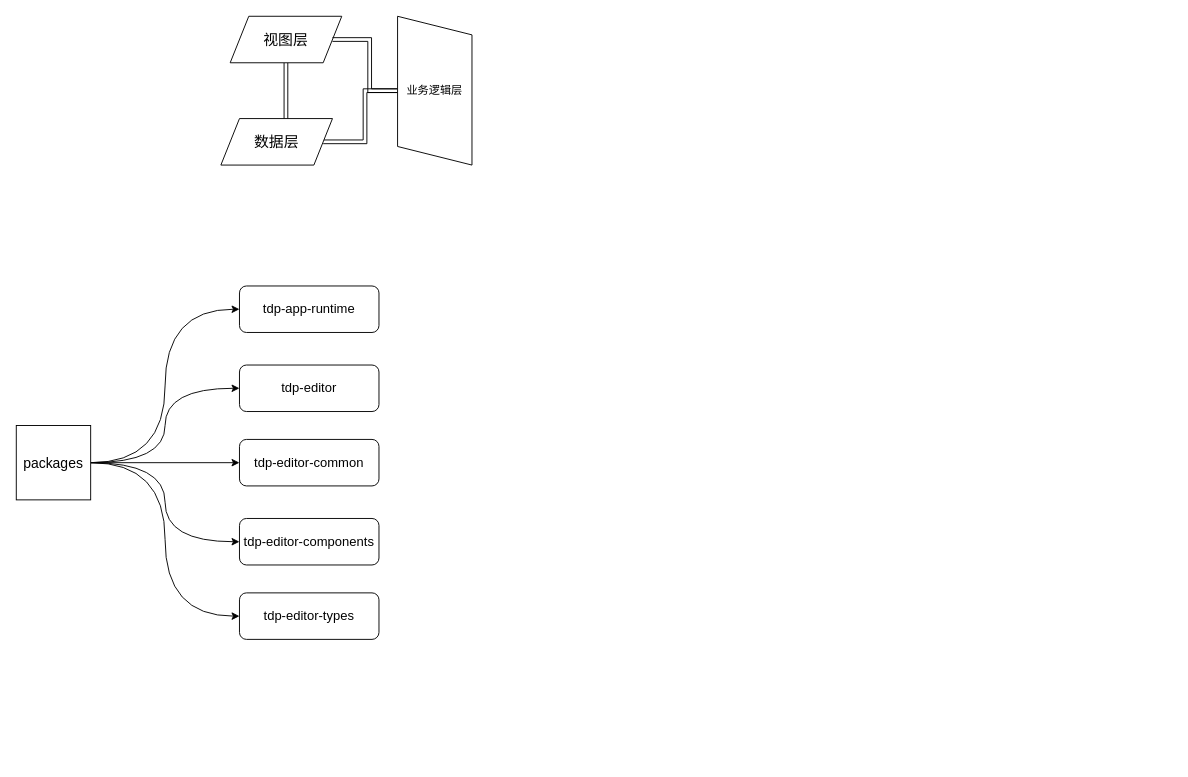
axing521/draw-io keeps this draw.io diagram as 前端工程化.drawio. Above is the earlier version. Source tidied: cells renumbered, new cells numbered last; positions are measured from the earlier drawing's top-left corner, leaving out a move shared by most shapes. Both pictures are drawn from the tidied source at 93%, with x=0, y=0 at pixel (16, 16).
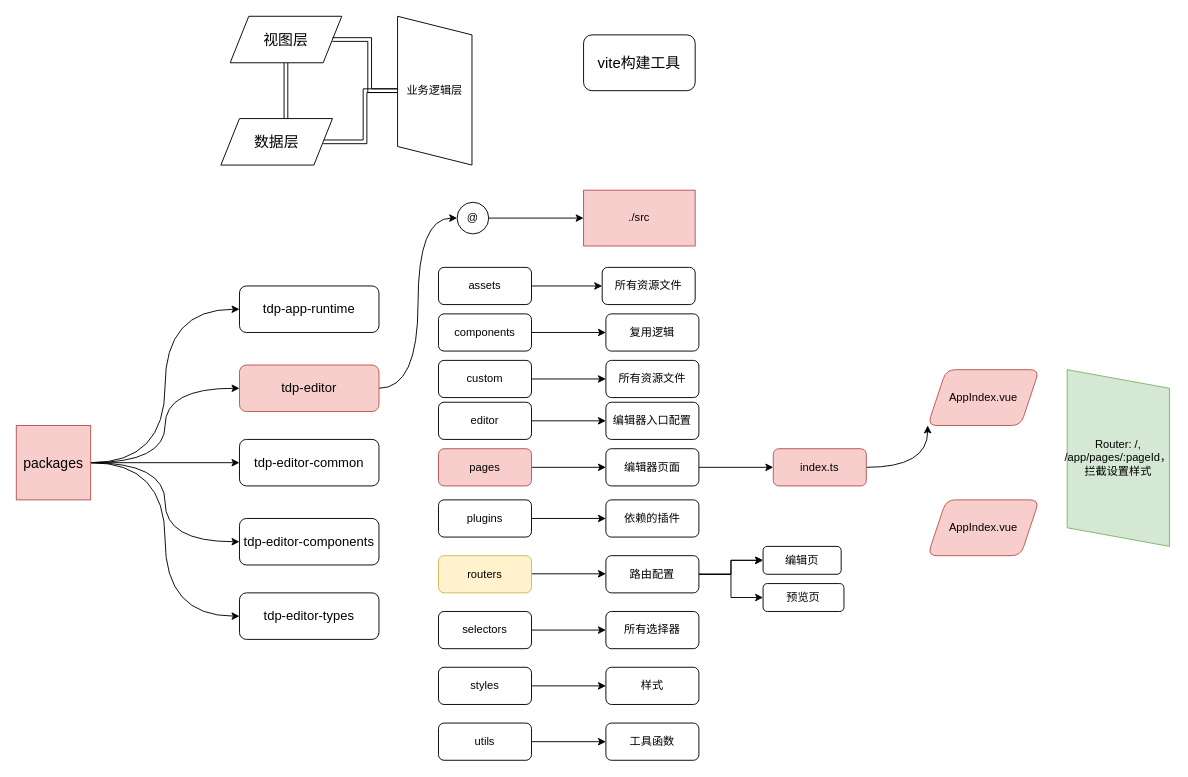
The same diagram, later.

Commit message:
更新前端工程化.drawio

Change to the diagram source:
```diff
@@
-    <mxCell id="13" value="&lt;font style=&quot;font-size: 15px;&quot;&gt;packages&lt;/font&gt;" style="whiteSpace=wrap;html=1;" parent="1" vertex="1">
+    <mxCell id="13" value="&lt;font style=&quot;font-size: 15px;&quot;&gt;packages&lt;/font&gt;" style="whiteSpace=wrap;html=1;fillColor=#f8cecc;strokeColor=#b85450;" parent="1" vertex="1">
       <mxGeometry y="440" width="80" height="80" as="geometry" />
     </mxCell>
@@
+    <mxCell id="19" style="edgeStyle=orthogonalEdgeStyle;rounded=0;jettySize=auto;html=1;exitX=1;exitY=0.5;exitDx=0;exitDy=0;entryX=0;entryY=0.5;entryDx=0;entryDy=0;curved=1;" parent="1" edge="1" source="16" target="21">
+      <mxGeometry relative="1" as="geometry" />
+    </mxCell>
-    <mxCell id="16" value="&lt;font style=&quot;font-size: 14px;&quot;&gt;tdp-editor&lt;/font&gt;" style="rounded=1;whiteSpace=wrap;html=1;" parent="1" vertex="1">
+    <mxCell id="16" value="&lt;font style=&quot;font-size: 14px;&quot;&gt;tdp-editor&lt;/font&gt;" style="rounded=1;whiteSpace=wrap;html=1;fillColor=#f8cecc;strokeColor=#b85450;" parent="1" vertex="1">
       <mxGeometry x="240" y="375" width="150" height="50" as="geometry" />
     </mxCell>
@@
+    <mxCell id="20" style="edgeStyle=orthogonalEdgeStyle;rounded=0;jettySize=auto;html=1;" parent="1" edge="1" source="21" target="22">
+      <mxGeometry relative="1" as="geometry" />
+    </mxCell>
+    <mxCell id="21" value="@" style="ellipse;whiteSpace=wrap;html=1;" parent="1" vertex="1">
+      <mxGeometry x="474" y="200" width="34" height="34" as="geometry" />
+    </mxCell>
+    <mxCell id="22" value="./src" style="whiteSpace=wrap;html=1;fillColor=#f8cecc;strokeColor=#b85450;" parent="1" vertex="1">
+      <mxGeometry x="610" y="187" width="120" height="60" as="geometry" />
+    </mxCell>
+    <mxCell id="23" value="&lt;font style=&quot;font-size: 16px;&quot;&gt;vite构建工具&lt;/font&gt;" style="rounded=1;whiteSpace=wrap;html=1;" parent="1" vertex="1">
+      <mxGeometry x="610" y="20" width="120" height="60" as="geometry" />
+    </mxCell>
+    <mxCell id="24" style="edgeStyle=orthogonalEdgeStyle;rounded=0;jettySize=auto;html=1;" parent="1" edge="1" source="25" target="26">
+      <mxGeometry relative="1" as="geometry" />
+    </mxCell>
+    <mxCell id="25" value="components" style="rounded=1;whiteSpace=wrap;html=1;" parent="1" vertex="1">
+      <mxGeometry x="454" y="320" width="100" height="40" as="geometry" />
+    </mxCell>
+    <mxCell id="26" value="复用逻辑" style="rounded=1;whiteSpace=wrap;html=1;" parent="1" vertex="1">
+      <mxGeometry x="634" y="320" width="100" height="40" as="geometry" />
+    </mxCell>
+    <mxCell id="27" style="edgeStyle=orthogonalEdgeStyle;rounded=0;jettySize=auto;html=1;" parent="1" edge="1" source="28" target="29">
+      <mxGeometry relative="1" as="geometry" />
+    </mxCell>
+    <mxCell id="28" value="assets" style="rounded=1;whiteSpace=wrap;html=1;" parent="1" vertex="1">
+      <mxGeometry x="454" y="270" width="100" height="40" as="geometry" />
+    </mxCell>
+    <mxCell id="29" value="所有资源文件" style="rounded=1;whiteSpace=wrap;html=1;" parent="1" vertex="1">
+      <mxGeometry x="630" y="270" width="100" height="40" as="geometry" />
+    </mxCell>
+    <mxCell id="30" style="edgeStyle=orthogonalEdgeStyle;rounded=0;jettySize=auto;html=1;" parent="1" edge="1" source="31" target="32">
+      <mxGeometry relative="1" as="geometry" />
+    </mxCell>
+    <mxCell id="31" value="custom" style="rounded=1;whiteSpace=wrap;html=1;" parent="1" vertex="1">
+      <mxGeometry x="454" y="370" width="100" height="40" as="geometry" />
+    </mxCell>
+    <mxCell id="32" value="所有资源文件" style="rounded=1;whiteSpace=wrap;html=1;" parent="1" vertex="1">
+      <mxGeometry x="634" y="370" width="100" height="40" as="geometry" />
+    </mxCell>
+    <mxCell id="33" style="edgeStyle=orthogonalEdgeStyle;rounded=0;jettySize=auto;html=1;" parent="1" edge="1" source="34" target="35">
+      <mxGeometry relative="1" as="geometry" />
+    </mxCell>
+    <mxCell id="34" value="editor" style="rounded=1;whiteSpace=wrap;html=1;" parent="1" vertex="1">
+      <mxGeometry x="454" y="415" width="100" height="40" as="geometry" />
+    </mxCell>
+    <mxCell id="35" value="编辑器入口配置" style="rounded=1;whiteSpace=wrap;html=1;" parent="1" vertex="1">
+      <mxGeometry x="634" y="415" width="100" height="40" as="geometry" />
+    </mxCell>
+    <mxCell id="36" style="edgeStyle=orthogonalEdgeStyle;rounded=0;jettySize=auto;html=1;" parent="1" edge="1" source="37" target="39">
+      <mxGeometry relative="1" as="geometry" />
+    </mxCell>
+    <mxCell id="37" value="pages" style="rounded=1;whiteSpace=wrap;html=1;fillColor=#f8cecc;strokeColor=#b85450;" parent="1" vertex="1">
+      <mxGeometry x="454" y="465" width="100" height="40" as="geometry" />
+    </mxCell>
+    <mxCell id="38" style="edgeStyle=orthogonalEdgeStyle;rounded=0;jettySize=auto;html=1;" parent="1" edge="1" source="39" target="59">
+      <mxGeometry relative="1" as="geometry" />
+    </mxCell>
+    <mxCell id="39" value="编辑器页面" style="rounded=1;whiteSpace=wrap;html=1;" parent="1" vertex="1">
+      <mxGeometry x="634" y="465" width="100" height="40" as="geometry" />
+    </mxCell>
+    <mxCell id="40" style="edgeStyle=orthogonalEdgeStyle;rounded=0;orthogonalLoop=1;jettySize=auto;html=1;" parent="1" edge="1">
+      <mxGeometry relative="1" as="geometry">
+        <mxPoint x="554" y="540" as="sourcePoint" />
+        <mxPoint x="634" y="540" as="targetPoint" />
+      </mxGeometry>
+    </mxCell>
+    <mxCell id="41" value="plugins" style="rounded=1;whiteSpace=wrap;html=1;" parent="1" vertex="1">
+      <mxGeometry x="454" y="520" width="100" height="40" as="geometry" />
+    </mxCell>
+    <mxCell id="42" value="依赖的插件" style="rounded=1;whiteSpace=wrap;html=1;" parent="1" vertex="1">
+      <mxGeometry x="634" y="520" width="100" height="40" as="geometry" />
+    </mxCell>
+    <mxCell id="43" style="edgeStyle=orthogonalEdgeStyle;rounded=0;orthogonalLoop=1;jettySize=auto;html=1;" parent="1" edge="1">
+      <mxGeometry relative="1" as="geometry">
+        <mxPoint x="554" y="599.5" as="sourcePoint" />
+        <mxPoint x="634" y="599.5" as="targetPoint" />
+      </mxGeometry>
+    </mxCell>
+    <mxCell id="44" value="routers" style="rounded=1;whiteSpace=wrap;html=1;fillColor=#fff2cc;strokeColor=#d6b656;" parent="1" vertex="1">
+      <mxGeometry x="454" y="580" width="100" height="40" as="geometry" />
+    </mxCell>
+    <mxCell id="45" style="edgeStyle=orthogonalEdgeStyle;rounded=0;jettySize=auto;html=1;" parent="1" edge="1" source="48" target="63">
+      <mxGeometry relative="1" as="geometry" />
+    </mxCell>
+    <mxCell id="46" style="edgeStyle=orthogonalEdgeStyle;rounded=0;jettySize=auto;html=1;" parent="1" edge="1" source="48" target="63">
+      <mxGeometry relative="1" as="geometry" />
+    </mxCell>
+    <mxCell id="47" style="edgeStyle=orthogonalEdgeStyle;rounded=0;jettySize=auto;html=1;entryX=0;entryY=0.5;entryDx=0;entryDy=0;" parent="1" edge="1" source="48" target="64">
+      <mxGeometry relative="1" as="geometry" />
+    </mxCell>
+    <mxCell id="48" value="路由配置" style="rounded=1;whiteSpace=wrap;html=1;" parent="1" vertex="1">
+      <mxGeometry x="634" y="580" width="100" height="40" as="geometry" />
+    </mxCell>
+    <mxCell id="49" style="edgeStyle=orthogonalEdgeStyle;rounded=0;jettySize=auto;html=1;" parent="1" edge="1" source="50" target="51">
+      <mxGeometry relative="1" as="geometry" />
+    </mxCell>
+    <mxCell id="50" value="selectors" style="rounded=1;whiteSpace=wrap;html=1;" parent="1" vertex="1">
+      <mxGeometry x="454" y="640" width="100" height="40" as="geometry" />
+    </mxCell>
+    <mxCell id="51" value="所有选择器" style="rounded=1;whiteSpace=wrap;html=1;" parent="1" vertex="1">
+      <mxGeometry x="634" y="640" width="100" height="40" as="geometry" />
+    </mxCell>
+    <mxCell id="52" style="edgeStyle=orthogonalEdgeStyle;rounded=0;jettySize=auto;html=1;" parent="1" edge="1" source="53" target="54">
+      <mxGeometry relative="1" as="geometry" />
+    </mxCell>
+    <mxCell id="53" value="styles" style="rounded=1;whiteSpace=wrap;html=1;" parent="1" vertex="1">
+      <mxGeometry x="454" y="700" width="100" height="40" as="geometry" />
+    </mxCell>
+    <mxCell id="54" value="样式" style="rounded=1;whiteSpace=wrap;html=1;" parent="1" vertex="1">
+      <mxGeometry x="634" y="700" width="100" height="40" as="geometry" />
+    </mxCell>
+    <mxCell id="55" style="edgeStyle=orthogonalEdgeStyle;rounded=0;jettySize=auto;html=1;" parent="1" edge="1" source="56" target="57">
+      <mxGeometry relative="1" as="geometry" />
+    </mxCell>
+    <mxCell id="56" value="utils" style="rounded=1;whiteSpace=wrap;html=1;" parent="1" vertex="1">
+      <mxGeometry x="454" y="760" width="100" height="40" as="geometry" />
+    </mxCell>
+    <mxCell id="57" value="工具函数" style="rounded=1;whiteSpace=wrap;html=1;" parent="1" vertex="1">
+      <mxGeometry x="634" y="760" width="100" height="40" as="geometry" />
+    </mxCell>
+    <mxCell id="58" style="edgeStyle=orthogonalEdgeStyle;rounded=0;jettySize=auto;html=1;curved=1;entryX=0;entryY=1;entryDx=0;entryDy=0;" parent="1" edge="1" source="59" target="60">
+      <mxGeometry relative="1" as="geometry" />
+    </mxCell>
+    <mxCell id="59" value="index.ts" style="rounded=1;whiteSpace=wrap;html=1;fillColor=#f8cecc;strokeColor=#b85450;" parent="1" vertex="1">
+      <mxGeometry x="814" y="465" width="100" height="40" as="geometry" />
+    </mxCell>
+    <mxCell id="60" value="AppIndex.vue" style="shape=parallelogram;perimeter=parallelogramPerimeter;whiteSpace=wrap;html=1;fixedSize=1;fillColor=#f8cecc;strokeColor=#b85450;rounded=1;" parent="1" vertex="1">
+      <mxGeometry x="980" y="380" width="120" height="60" as="geometry" />
+    </mxCell>
+    <mxCell id="61" value="AppIndex.vue" style="shape=parallelogram;perimeter=parallelogramPerimeter;whiteSpace=wrap;html=1;fixedSize=1;fillColor=#f8cecc;strokeColor=#b85450;rounded=1;" parent="1" vertex="1">
+      <mxGeometry x="980" y="520" width="120" height="60" as="geometry" />
+    </mxCell>
+    <mxCell id="62" value="Router: /, /app/pages/:pageId，拦截设置样式" style="shape=parallelogram;perimeter=parallelogramPerimeter;whiteSpace=wrap;html=1;fixedSize=1;direction=south;fillColor=#d5e8d4;strokeColor=#82b366;" parent="1" vertex="1">
+      <mxGeometry x="1130" y="380" width="110" height="190" as="geometry" />
+    </mxCell>
+    <mxCell id="63" value="编辑页" style="whiteSpace=wrap;html=1;rounded=1;" parent="1" vertex="1">
+      <mxGeometry x="803" y="570" width="84" height="30" as="geometry" />
+    </mxCell>
+    <mxCell id="64" value="预览页" style="rounded=1;whiteSpace=wrap;html=1;" parent="1" vertex="1">
+      <mxGeometry x="803" y="610" width="87" height="30" as="geometry" />
+    </mxCell>
```
